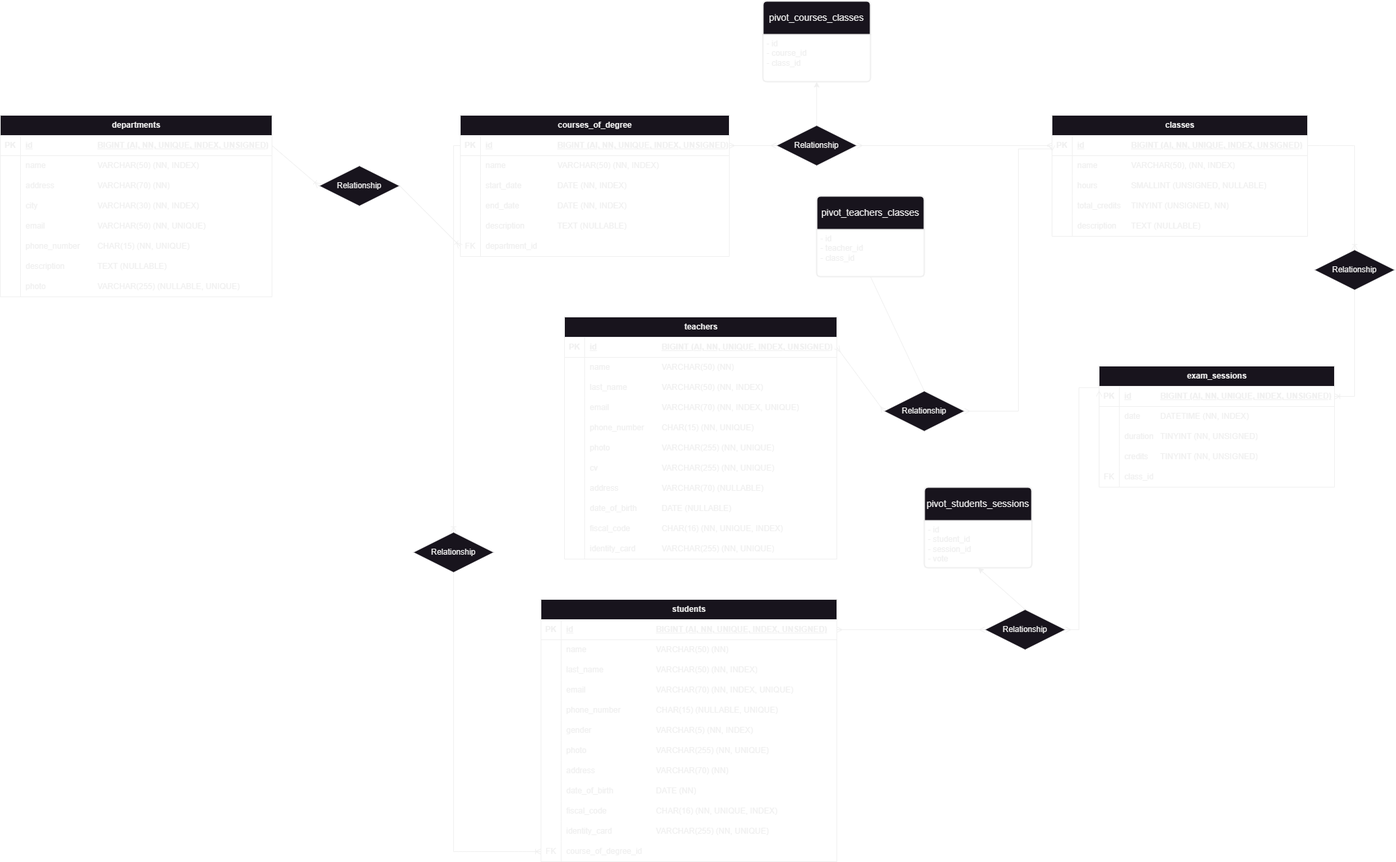
The draw.io diagram Diagramma_senza_titolo_drawio_1.png in mattiavolpe/db-university, before a commit. Source tidied: cells renumbered, new cells last; positions are measured from the earlier drawing's top-left corner, leaving out a move shared by most shapes.
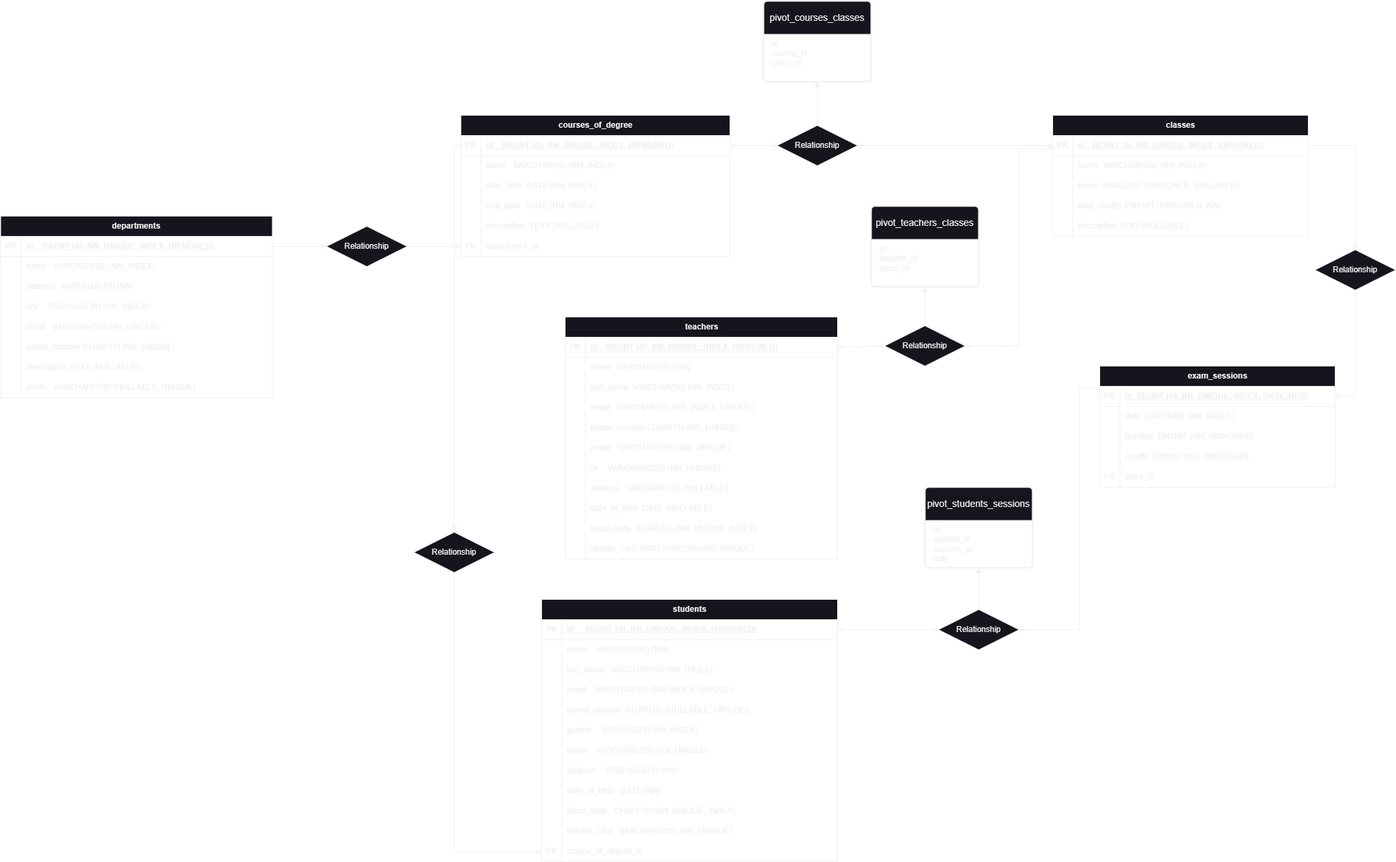
After the change.

Commit message:
ADD less confuse arrows diagram

Diff of the diagram source:
```diff
@@ -3,7 +3,7 @@
     <mxCell id="0" />
     <mxCell id="1" parent="0" />
     <mxCell id="2" value="departments" style="shape=table;startSize=30;rowLines=0;fontStyle=1;align=center;html=1;" parent="1" vertex="1">
-      <mxGeometry y="170" width="404" height="270" as="geometry" />
+      <mxGeometry x="-0.5" y="320" width="404" height="270" as="geometry" />
     </mxCell>
     <mxCell id="3" style="shape=tableRow;horizontal=0;startSize=0;swimlaneHead=0;swimlaneBody=0;fillColor=none;points=[[0,0.5],[1,0.5]];portConstraint=eastwest;top=0;left=0;right=0;bottom=1;" parent="2" vertex="1">
       <mxGeometry y="30" width="404" height="30" as="geometry" />
@@ -450,9 +450,9 @@
       <mxGeometry relative="1" as="geometry" />
     </mxCell>
     <mxCell id="151" value="Relationship" style="shape=rhombus;perimeter=rhombusPerimeter;whiteSpace=wrap;html=1;align=center;" parent="1" vertex="1">
-      <mxGeometry x="474" y="245" width="120" height="60" as="geometry" />
+      <mxGeometry x="484" y="335" width="120" height="60" as="geometry" />
     </mxCell>
-    <mxCell id="152" style="edgeStyle=orthogonalEdgeStyle;rounded=0;jettySize=auto;html=1;exitX=0.5;exitY=0;exitDx=0;exitDy=0;entryX=0.5;entryY=1;entryDx=0;entryDy=0;" parent="1" edge="1" source="153" target="157">
+    <mxCell id="152" style="edgeStyle=orthogonalEdgeStyle;rounded=0;jettySize=auto;html=1;exitX=0.5;exitY=0;exitDx=0;exitDy=0;entryX=0.5;entryY=1;entryDx=0;entryDy=0;endArrow=classic;endFill=1;" parent="1" edge="1" source="153" target="157">
       <mxGeometry relative="1" as="geometry" />
     </mxCell>
     <mxCell id="153" value="Relationship" style="shape=rhombus;perimeter=rhombusPerimeter;whiteSpace=wrap;html=1;align=center;" parent="1" vertex="1">
@@ -471,7 +471,7 @@
       <mxGeometry y="50" width="160" height="70" as="geometry" />
     </mxCell>
     <mxCell id="158" value="Relationship" style="shape=rhombus;perimeter=rhombusPerimeter;whiteSpace=wrap;html=1;align=center;" parent="1" vertex="1">
-      <mxGeometry x="1314" y="580" width="120" height="60" as="geometry" />
+      <mxGeometry x="1314" y="483" width="120" height="60" as="geometry" />
     </mxCell>
     <mxCell id="159" style="fontSize=12;html=1;endArrow=ERmany;startArrow=ERmany;rounded=0;entryX=1;entryY=0.5;entryDx=0;entryDy=0;exitX=0;exitY=0.5;exitDx=0;exitDy=0;" parent="1" edge="1" source="158" target="63">
       <mxGeometry relative="1" as="geometry" />
@@ -479,21 +479,18 @@
     <mxCell id="160" style="fontSize=12;html=1;endArrow=ERmany;startArrow=ERmany;rounded=0;entryX=0;entryY=0.5;entryDx=0;entryDy=0;exitX=1;exitY=0.5;exitDx=0;exitDy=0;edgeStyle=orthogonalEdgeStyle;" parent="1" edge="1" source="158" target="47">
       <mxGeometry relative="1" as="geometry">
         <Array as="points">
-          <mxPoint x="1514" y="610" />
+          <mxPoint x="1514" y="513" />
           <mxPoint x="1514" y="220" />
           <mxPoint x="1564" y="220" />
         </Array>
       </mxGeometry>
     </mxCell>
     <mxCell id="161" value="pivot_teachers_classes" style="swimlane;horizontal=1;startSize=50;rounded=1;fontSize=14;fontStyle=0;strokeWidth=2;shadow=0;dashed=0;align=center;arcSize=4;whiteSpace=wrap;html=1;" parent="1" vertex="1">
-      <mxGeometry x="1214" y="290" width="160" height="120" as="geometry" />
+      <mxGeometry x="1294" y="305" width="160" height="120" as="geometry" />
     </mxCell>
     <mxCell id="162" value="- id&lt;br&gt;- teacher_id&lt;br&gt;- class_id" style="align=left;strokeColor=none;fillColor=none;spacingLeft=4;fontSize=12;verticalAlign=top;html=1;" parent="161" vertex="1">
       <mxGeometry y="50" width="160" height="70" as="geometry" />
     </mxCell>
-    <mxCell id="163" style="endArrow=none;html=1;rounded=0;entryX=0.5;entryY=1;entryDx=0;entryDy=0;exitX=0.5;exitY=0;exitDx=0;exitDy=0;" parent="1" edge="1" source="158" target="162">
-      <mxGeometry relative="1" as="geometry" />
-    </mxCell>
     <mxCell id="164" style="edgeStyle=orthogonalEdgeStyle;fontSize=12;html=1;endArrow=ERoneToMany;rounded=0;exitX=1;exitY=0.5;exitDx=0;exitDy=0;entryX=0.5;entryY=0;entryDx=0;entryDy=0;" parent="1" edge="1" source="47" target="165">
       <mxGeometry relative="1" as="geometry" />
     </mxCell>
@@ -503,11 +500,11 @@
     <mxCell id="166" style="edgeStyle=orthogonalEdgeStyle;fontSize=12;html=1;endArrow=ERoneToMany;rounded=0;exitX=0.5;exitY=1;exitDx=0;exitDy=0;entryX=1;entryY=0.5;entryDx=0;entryDy=0;" parent="1" edge="1" source="165" target="97">
       <mxGeometry relative="1" as="geometry" />
     </mxCell>
-    <mxCell id="167" style="rounded=0;jettySize=auto;html=1;exitX=0.5;exitY=0;exitDx=0;exitDy=0;entryX=0.5;entryY=1;entryDx=0;entryDy=0;" parent="1" edge="1" source="168" target="172">
+    <mxCell id="167" style="rounded=0;jettySize=auto;html=1;exitX=0.5;exitY=0;exitDx=0;exitDy=0;entryX=0.5;entryY=1;entryDx=0;entryDy=0;strokeColor=default;endArrow=classic;endFill=1;" parent="1" edge="1" source="168" target="172">
       <mxGeometry relative="1" as="geometry" />
     </mxCell>
     <mxCell id="168" value="Relationship" style="shape=rhombus;perimeter=rhombusPerimeter;whiteSpace=wrap;html=1;align=center;" parent="1" vertex="1">
-      <mxGeometry x="1464" y="905" width="120" height="60" as="geometry" />
+      <mxGeometry x="1394" y="905" width="120" height="60" as="geometry" />
     </mxCell>
     <mxCell id="169" style="fontSize=12;html=1;endArrow=ERmany;startArrow=ERmany;rounded=0;entryX=0;entryY=0.5;entryDx=0;entryDy=0;exitX=1;exitY=0.5;exitDx=0;exitDy=0;" parent="1" edge="1" source="113" target="168">
       <mxGeometry relative="1" as="geometry" />
@@ -544,5 +541,8 @@
         </Array>
       </mxGeometry>
     </mxCell>
+    <mxCell id="163" style="endArrow=classic;html=1;rounded=0;entryX=0.5;entryY=1;entryDx=0;entryDy=0;exitX=0.5;exitY=0;exitDx=0;exitDy=0;endFill=1;" parent="1" edge="1" source="158" target="162">
+      <mxGeometry relative="1" as="geometry" />
+    </mxCell>
   </root>
 </mxGraphModel>
```
